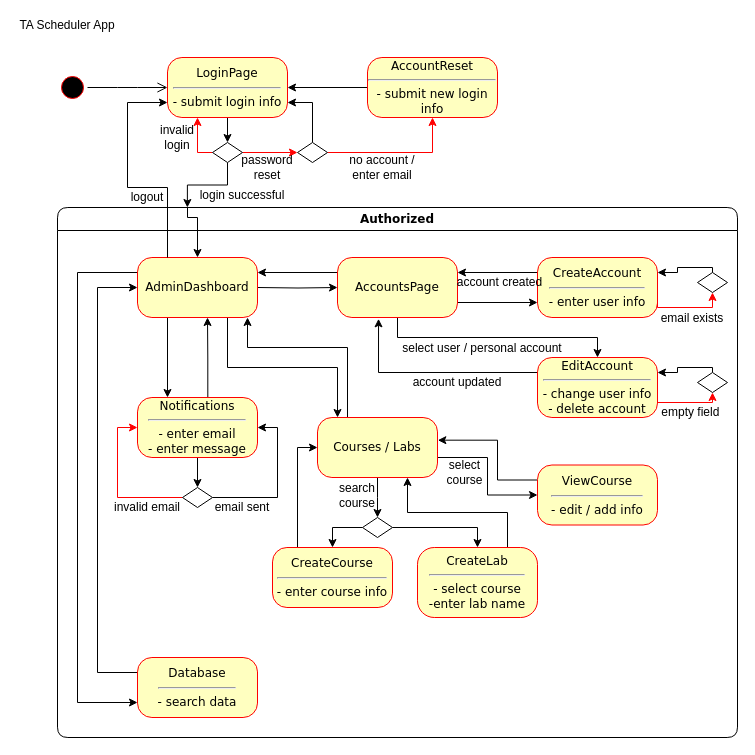
This is stateMachineUML.drawio from Hossai25/801-1-Sprint-Group, a draw.io file, before an edit. Source tidied: cells renumbered, new cells numbered last; positions are measured from the earlier drawing's top-left corner, leaving out a move shared by most shapes. Both pictures are drawn from the tidied source at 100%, with x=0, y=0 at pixel (17, 17).
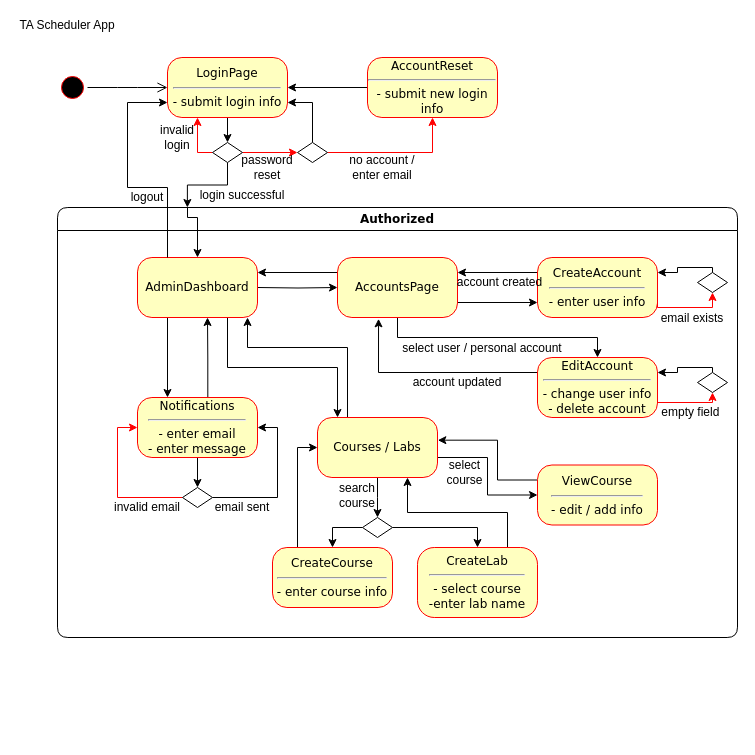
The same page after the edit.

Unchanged cells that the change refers to:
```xml
<mxCell id="8" value="AdminDashboard" style="rounded=1;whiteSpace=wrap;html=1;arcSize=24;fillColor=#ffffc0;strokeColor=#ff0000;shadow=0;comic=0;labelBackgroundColor=none;fontFamily=Verdana;fontSize=12;fontColor=#000000;align=center;" parent="3" vertex="1">
  <mxGeometry x="80" y="50" width="120" height="60" as="geometry" />
</mxCell>
```

Change to the diagram source:
```diff
@@
     <mxCell id="3" value="Authorized" style="swimlane;whiteSpace=wrap;html=1;rounded=1;shadow=0;comic=0;labelBackgroundColor=none;strokeWidth=1;fontFamily=Verdana;fontSize=12;align=center;startSize=23;" parent="1" vertex="1">
-      <mxGeometry x="40" y="190" width="680" height="530" as="geometry" />
+      <mxGeometry x="40" y="190" width="680" height="430" as="geometry" />
     </mxCell>
@@
-    <mxCell id="6" style="edgeStyle=orthogonalEdgeStyle;rounded=0;jettySize=auto;html=1;exitX=0;exitY=0.25;exitDx=0;exitDy=0;entryX=0;entryY=0.75;entryDx=0;entryDy=0;" parent="3" edge="1" source="8" target="44">
-      <mxGeometry relative="1" as="geometry">
-        <Array as="points">
-          <mxPoint x="20" y="65" />
-          <mxPoint x="20" y="495" />
-        </Array>
-      </mxGeometry>
-    </mxCell>
@@
-    <mxCell id="43" style="edgeStyle=orthogonalEdgeStyle;rounded=0;jettySize=auto;html=1;exitX=0;exitY=0.25;exitDx=0;exitDy=0;" parent="3" edge="1" source="44">
-      <mxGeometry relative="1" as="geometry">
-        <mxPoint x="80" y="80" as="targetPoint" />
-        <Array as="points">
-          <mxPoint x="40" y="465" />
-          <mxPoint x="40" y="80" />
-          <mxPoint x="80" y="80" />
-        </Array>
-      </mxGeometry>
-    </mxCell>
-    <mxCell id="44" value="Database&lt;hr&gt;- search data" style="rounded=1;whiteSpace=wrap;html=1;arcSize=24;fillColor=#ffffc0;strokeColor=#ff0000;shadow=0;comic=0;labelBackgroundColor=none;fontFamily=Verdana;fontSize=12;fontColor=#000000;align=center;" parent="3" vertex="1">
-      <mxGeometry x="80" y="450" width="120" height="60" as="geometry" />
-    </mxCell>
```
